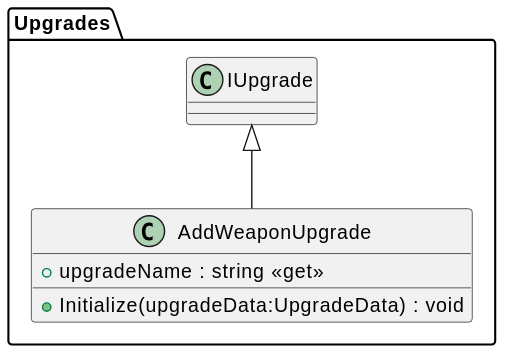
asterisk-cn/RougueShooter keeps this PlantUML diagram as plantuml/out/Upgrade/AddWeaponUpgrade.svg. Above is the earlier version.
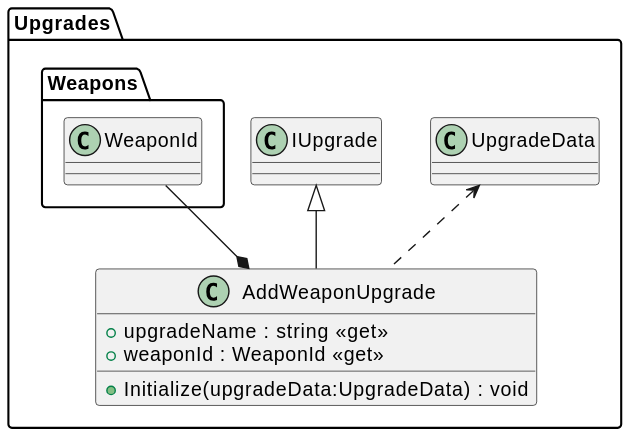
After the commit.

Diff of the diagram source:
```diff
@@ -2,8 +2,11 @@
 namespace Upgrades{
 class AddWeaponUpgrade {
     + upgradeName : string <<get>>
+    + weaponId : WeaponId <<get>>
     + Initialize(upgradeData:UpgradeData) : void
 }
-IUpgrade <|-- AddWeaponUpgrade
+Upgrades.IUpgrade <|-- AddWeaponUpgrade
+Upgrades.UpgradeData <.. AddWeaponUpgrade
+Weapons.WeaponId --* AddWeaponUpgrade
 }
 @enduml
```
